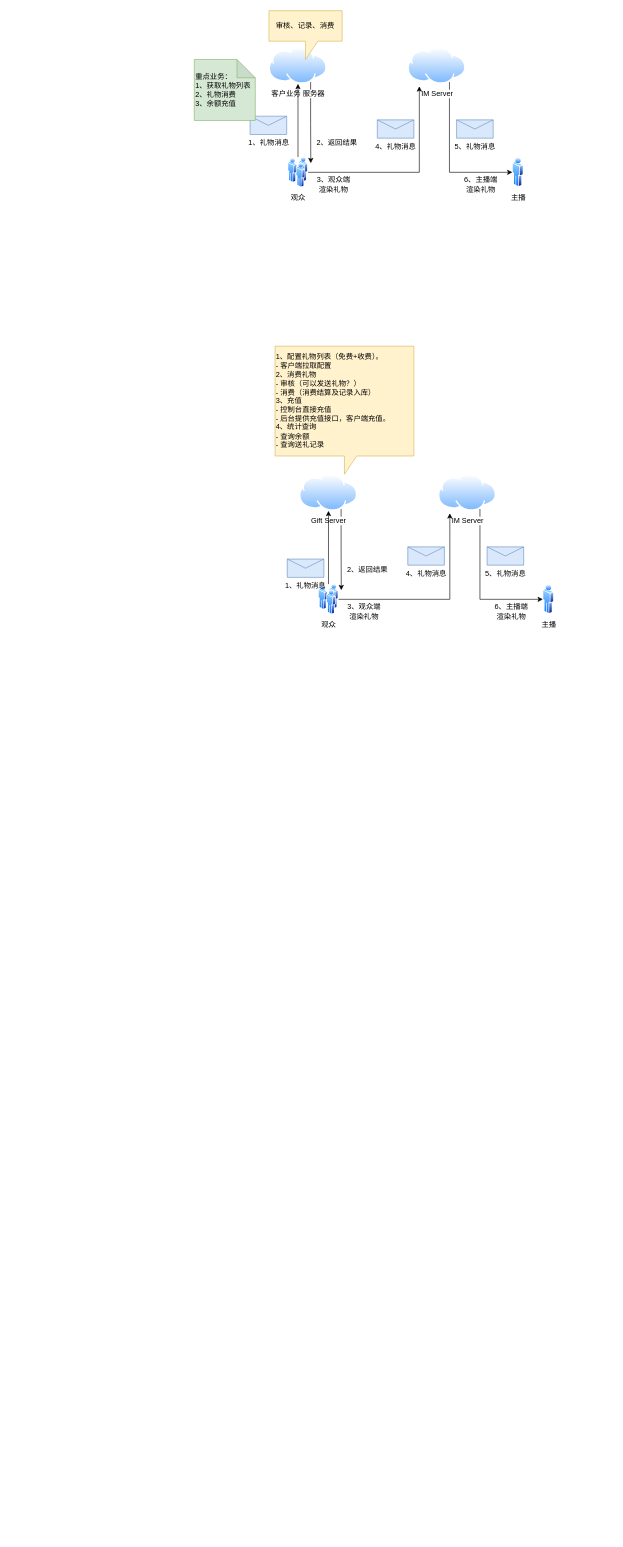
The draw.io diagram TUIKit/TUIGift/TUIGift.drawio in githubliuqi/drawio, before the edit. Source tidied: cells renumbered, new cells numbered last; positions are measured from the earlier drawing's top-left corner, leaving out a move shared by most shapes. Both pictures are drawn from the tidied source at 61%, with x=0, y=0 at pixel (194, 10).
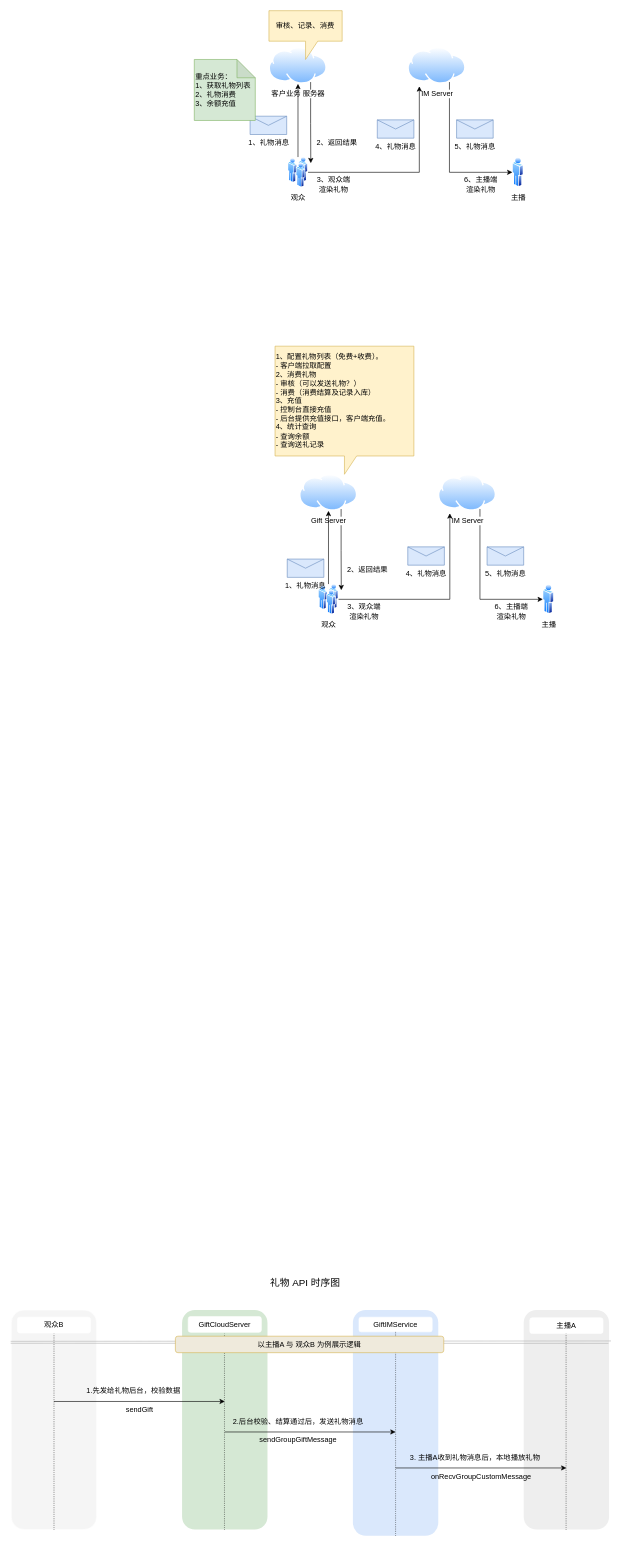
The same diagram, later.

Change to the diagram source:
```diff
@@
+    <mxCell id="33" style="group;" parent="1" vertex="1">
+      <mxGeometry x="-300" y="2130" width="140" height="360" as="geometry" />
+    </mxCell>
+    <mxCell id="34" style="rounded=1;whiteSpace=wrap;html=1;fillColor=#f5f5f5;fontColor=#333333;strokeColor=#FFFFFF;" parent="33" vertex="1">
+      <mxGeometry width="140" height="360" as="geometry" />
+    </mxCell>
+    <mxCell id="35" value="观众B" style="rounded=1;whiteSpace=wrap;html=1;strokeColor=#FFFFFF;" parent="33" vertex="1">
+      <mxGeometry x="10" y="11.9" width="120" height="25.7" as="geometry" />
+    </mxCell>
+    <mxCell id="36" style="endArrow=none;dashed=1;html=1;rounded=0;exitX=0.5;exitY=1;exitDx=0;exitDy=0;dashPattern=1 2;" parent="33" edge="1" source="34">
+      <mxGeometry relative="1" as="geometry">
+        <mxPoint x="70" y="38.6" as="targetPoint" />
+      </mxGeometry>
+    </mxCell>
+    <mxCell id="37" style="group;" parent="1" vertex="1">
+      <mxGeometry x="260" y="2130" width="140" height="370" as="geometry" />
+    </mxCell>
+    <mxCell id="38" style="rounded=1;whiteSpace=wrap;html=1;fillColor=#dae8fc;strokeColor=none;" parent="37" vertex="1">
+      <mxGeometry width="140" height="370" as="geometry" />
+    </mxCell>
+    <mxCell id="39" value="GiftIMService" style="rounded=1;whiteSpace=wrap;html=1;strokeColor=#FFFFFF;" parent="37" vertex="1">
+      <mxGeometry x="10" y="11.9" width="120" height="23.9" as="geometry" />
+    </mxCell>
+    <mxCell id="40" style="endArrow=none;dashed=1;html=1;rounded=0;exitX=0.5;exitY=1;exitDx=0;exitDy=0;dashPattern=1 2;entryX=0.5;entryY=1;entryDx=0;entryDy=0;" parent="37" edge="1" source="38" target="39">
+      <mxGeometry relative="1" as="geometry" />
+    </mxCell>
+    <mxCell id="41" style="group;" parent="1" vertex="1">
+      <mxGeometry x="-20" y="2130" width="140" height="360" as="geometry" />
+    </mxCell>
+    <mxCell id="42" style="rounded=1;whiteSpace=wrap;html=1;fillColor=#d5e8d4;strokeColor=none;" parent="41" vertex="1">
+      <mxGeometry width="140" height="360" as="geometry" />
+    </mxCell>
+    <mxCell id="43" value="GiftCloudServer" style="rounded=1;whiteSpace=wrap;html=1;strokeColor=#FFFFFF;" parent="41" vertex="1">
+      <mxGeometry x="10" y="10.9" width="120" height="25.7" as="geometry" />
+    </mxCell>
+    <mxCell id="44" style="endArrow=none;dashed=1;html=1;rounded=0;exitX=0.5;exitY=1;exitDx=0;exitDy=0;dashPattern=1 2;" parent="41" edge="1">
+      <mxGeometry relative="1" as="geometry">
+        <mxPoint x="69.5" y="360" as="sourcePoint" />
+        <mxPoint x="69.5" y="38.6" as="targetPoint" />
+      </mxGeometry>
+    </mxCell>
+    <mxCell id="45" style="group;" parent="1" vertex="1">
+      <mxGeometry x="540" y="2130" width="140" height="360" as="geometry" />
+    </mxCell>
+    <mxCell id="46" style="rounded=1;whiteSpace=wrap;html=1;fillColor=#eeeeee;strokeColor=none;" parent="45" vertex="1">
+      <mxGeometry width="140" height="360" as="geometry" />
+    </mxCell>
+    <mxCell id="47" value="主播A" style="rounded=1;whiteSpace=wrap;html=1;strokeColor=#FFFFFF;" parent="45" vertex="1">
+      <mxGeometry x="10" y="12.9" width="120" height="25.7" as="geometry" />
+    </mxCell>
+    <mxCell id="48" style="endArrow=none;html=1;rounded=0;strokeColor=#B3B3B3;entryX=0.993;entryY=0.152;entryDx=0;entryDy=0;entryPerimeter=0;" parent="45" edge="1" target="46">
+      <mxGeometry relative="1" as="geometry">
+        <mxPoint x="-841" y="54.6" as="sourcePoint" />
+      </mxGeometry>
+    </mxCell>
+    <mxCell id="49" style="endArrow=none;html=1;rounded=0;strokeColor=#B3B3B3;entryX=1.029;entryY=0.141;entryDx=0;entryDy=0;entryPerimeter=0;" parent="45" edge="1">
+      <mxGeometry relative="1" as="geometry">
+        <mxPoint x="-841" y="51.4" as="sourcePoint" />
+        <mxPoint x="143.1" y="50.8" as="targetPoint" />
+      </mxGeometry>
+    </mxCell>
+    <mxCell id="50" style="endArrow=none;dashed=1;html=1;rounded=0;exitX=0.5;exitY=1;exitDx=0;exitDy=0;dashPattern=1 2;" parent="45" edge="1">
+      <mxGeometry relative="1" as="geometry">
+        <mxPoint x="69.5" y="360" as="sourcePoint" />
+        <mxPoint x="69.5" y="38.6" as="targetPoint" />
+      </mxGeometry>
+    </mxCell>
+    <mxCell id="51" value="礼物 API 时序图" style="rounded=0;whiteSpace=wrap;html=1;fontSize=16;strokeColor=none;" parent="1" vertex="1">
+      <mxGeometry x="122.4" y="2055" width="120" height="60" as="geometry" />
+    </mxCell>
+    <mxCell id="52" value="以主播A 与 观众B 为例展示逻辑" style="rounded=1;whiteSpace=wrap;html=1;fillColor=#EFEADC;strokeColor=#d6b656;" parent="1" vertex="1">
+      <mxGeometry x="-31" y="2173" width="440" height="27" as="geometry" />
+    </mxCell>
+    <mxCell id="53" style="endArrow=classic;html=1;rounded=0;" parent="1" edge="1">
+      <mxGeometry relative="1" as="geometry">
+        <mxPoint x="-230" y="2280" as="sourcePoint" />
+        <mxPoint x="50" y="2280" as="targetPoint" />
+      </mxGeometry>
+    </mxCell>
+    <mxCell id="54" value="sendGift" style="text;html=1;align=center;verticalAlign=middle;strokeColor=none;fillColor=none;" parent="1" vertex="1">
+      <mxGeometry x="-125" y="2278" width="70" height="30" as="geometry" />
+    </mxCell>
+    <mxCell id="55" value="1.先发给礼物后台，校验数据" style="text;html=1;align=center;verticalAlign=middle;strokeColor=none;fillColor=none;" parent="1" vertex="1">
+      <mxGeometry x="-190" y="2248" width="180" height="30" as="geometry" />
+    </mxCell>
+    <mxCell id="56" style="endArrow=classic;html=1;rounded=0;" parent="1" edge="1">
+      <mxGeometry relative="1" as="geometry">
+        <mxPoint x="50" y="2330" as="sourcePoint" />
+        <mxPoint x="330" y="2330" as="targetPoint" />
+      </mxGeometry>
+    </mxCell>
+    <mxCell id="57" value="2.后台校验、结算通过后，发送礼物消息" style="text;html=1;align=center;verticalAlign=middle;strokeColor=none;fillColor=none;" parent="1" vertex="1">
+      <mxGeometry x="54" y="2300" width="232" height="26" as="geometry" />
+    </mxCell>
+    <mxCell id="58" value="sendGroupGiftMessage" style="text;html=1;align=center;verticalAlign=middle;strokeColor=none;fillColor=none;" parent="1" vertex="1">
+      <mxGeometry x="95" y="2328" width="150" height="30" as="geometry" />
+    </mxCell>
+    <mxCell id="59" value="onRecvGroupCustomMessage" style="text;html=1;align=center;verticalAlign=middle;strokeColor=none;fillColor=none;" parent="1" vertex="1">
+      <mxGeometry x="375" y="2388" width="190" height="30" as="geometry" />
+    </mxCell>
+    <mxCell id="60" value="3. 主播A收到礼物消息后，本地播放礼物" style="text;html=1;align=center;verticalAlign=middle;strokeColor=none;fillColor=none;" parent="1" vertex="1">
+      <mxGeometry x="340" y="2358" width="240" height="30" as="geometry" />
+    </mxCell>
+    <mxCell id="61" style="endArrow=classic;html=1;rounded=0;" parent="1" edge="1">
+      <mxGeometry relative="1" as="geometry">
+        <mxPoint x="330" y="2389" as="sourcePoint" />
+        <mxPoint x="610" y="2389" as="targetPoint" />
+      </mxGeometry>
+    </mxCell>
```
